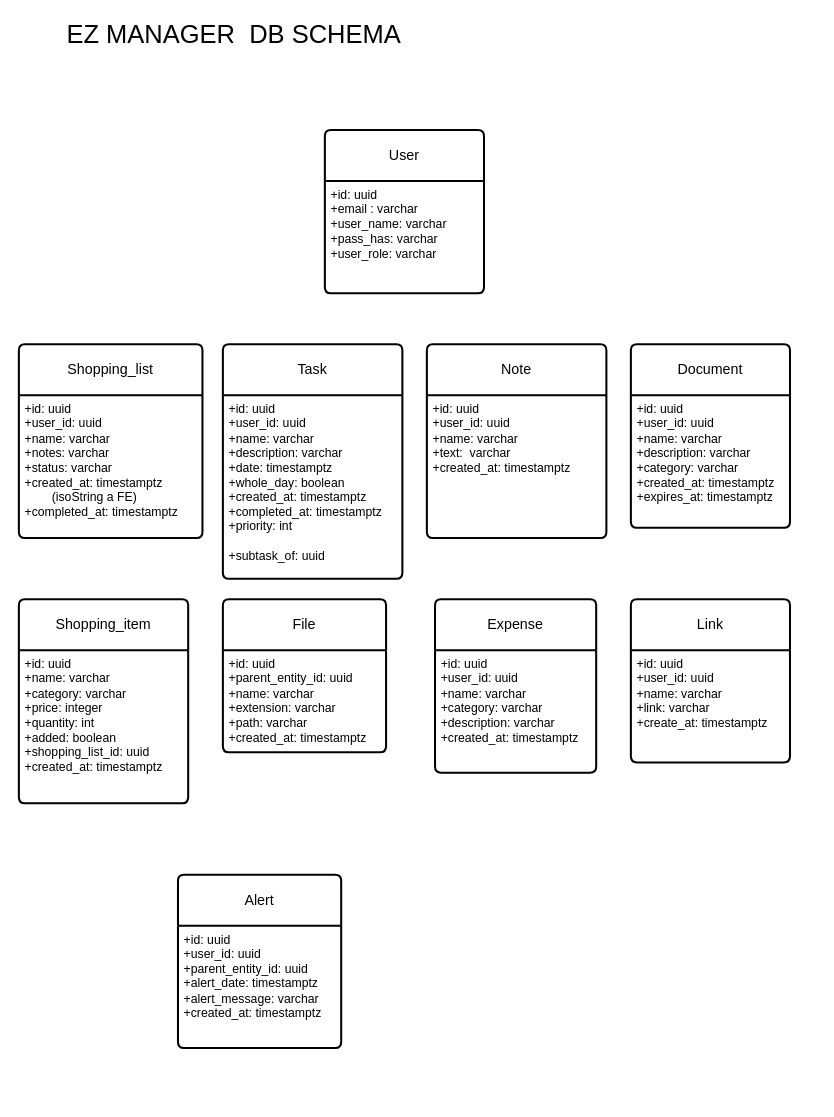
The draw.io diagram documentazione/database/db-schema/ez-manager-db-schema.drawio in marcogiacconedev/ez-manager, before the edit. Source tidied: cells renumbered, new cells numbered last; positions are measured from the earlier drawing's top-left corner, leaving out a move shared by most shapes. Both pictures are drawn from the tidied source at 102%, with x=0, y=0 at pixel (18, 17).
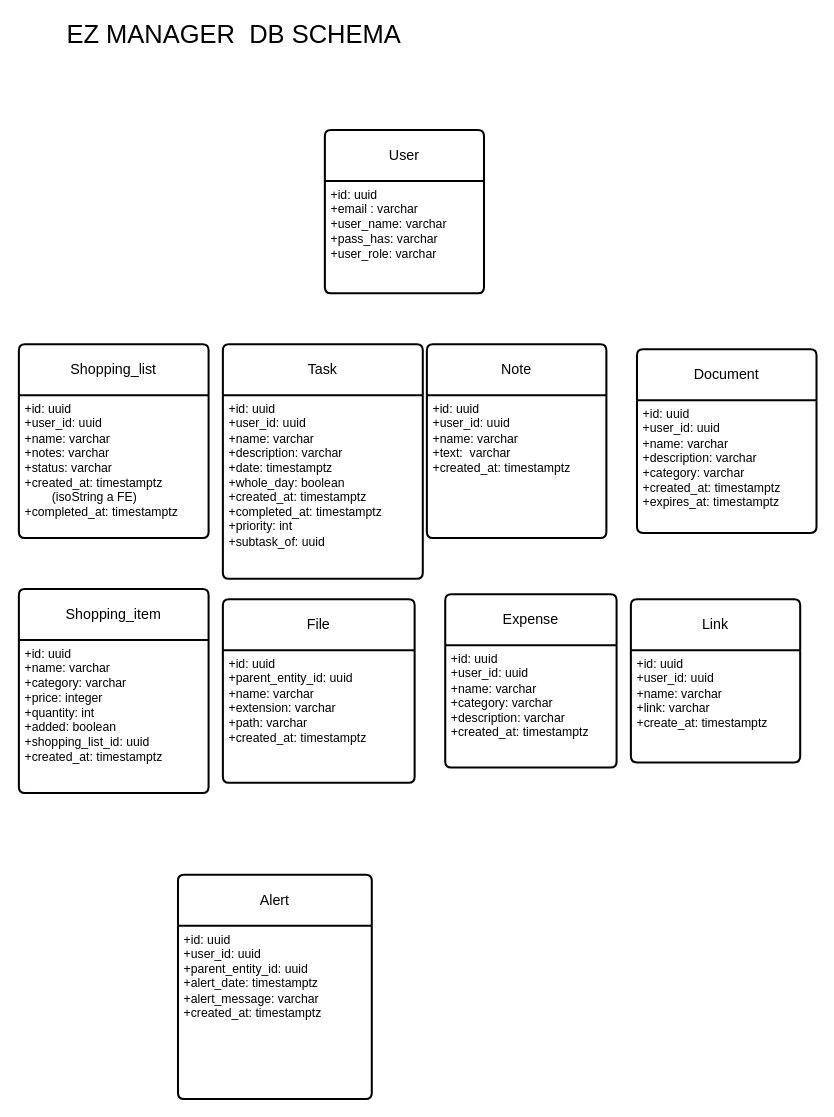
The same diagram, later.

Change to the diagram source:
```diff
@@
     <mxCell id="4" value="Task" style="swimlane;horizontal=1;startSize=50;rounded=1;fontSize=14;fontStyle=0;strokeWidth=2;shadow=0;dashed=0;align=center;arcSize=4;whiteSpace=wrap;html=1;" parent="1" vertex="1">
-      <mxGeometry x="200" y="320" width="176" height="230" as="geometry" />
+      <mxGeometry x="200" y="320" width="196" height="230" as="geometry" />
     </mxCell>
-    <mxCell id="5" value="+id: uuid&lt;div&gt;+user_id: uuid&lt;br&gt;+name: varchar&lt;br&gt;+description: varchar&lt;/div&gt;&lt;div&gt;+date: timestamptz&lt;/div&gt;&lt;div&gt;+whole_day: boolean&lt;/div&gt;&lt;div&gt;+created_at: timestamptz&lt;/div&gt;&lt;div&gt;+completed_at: timestamptz&lt;/div&gt;&lt;div&gt;+priority: int&lt;/div&gt;&lt;div&gt;&lt;br&gt;&lt;/div&gt;&lt;div&gt;+subtask_of: uuid&lt;/div&gt;&lt;div&gt;&lt;br&gt;&lt;/div&gt;" style="align=left;strokeColor=none;fillColor=none;spacingLeft=4;spacingRight=4;fontSize=12;verticalAlign=top;html=1;whiteSpace=wrap;" parent="4" vertex="1">
-      <mxGeometry y="50" width="176" height="180" as="geometry" />
+    <mxCell id="5" value="+id: uuid&lt;div&gt;+user_id: uuid&lt;br&gt;+name: varchar&lt;br&gt;+description: varchar&lt;/div&gt;&lt;div&gt;+date: timestamptz&lt;/div&gt;&lt;div&gt;+whole_day: boolean&lt;/div&gt;&lt;div&gt;+created_at: timestamptz&lt;/div&gt;&lt;div&gt;+completed_at: timestamptz&lt;/div&gt;&lt;div&gt;+priority: int&lt;/div&gt;&lt;div&gt;+subtask_of: uuid&lt;/div&gt;&lt;div&gt;&lt;br&gt;&lt;/div&gt;" style="align=left;strokeColor=none;fillColor=none;spacingLeft=4;spacingRight=4;fontSize=12;verticalAlign=top;html=1;whiteSpace=wrap;" parent="4" vertex="1">
+      <mxGeometry y="50" width="196" height="180" as="geometry" />
     </mxCell>
     <mxCell id="6" value="Shopping_item" style="swimlane;horizontal=1;startSize=50;rounded=1;fontSize=14;fontStyle=0;strokeWidth=2;shadow=0;dashed=0;align=center;arcSize=4;whiteSpace=wrap;html=1;" parent="1" vertex="1">
-      <mxGeometry y="570" width="166" height="200" as="geometry" />
+      <mxGeometry y="560" width="186" height="200" as="geometry" />
     </mxCell>
     <mxCell id="7" value="&lt;div&gt;+id: uuid&lt;/div&gt;+name: varchar&lt;br&gt;+category: varchar&lt;br&gt;+price: integer&lt;div&gt;+quantity: int&lt;br&gt;&lt;div&gt;+added: boolean&lt;br&gt;&lt;div&gt;+shopping_list_id: uuid&lt;/div&gt;&lt;/div&gt;&lt;/div&gt;&lt;div&gt;+created_at: timestamptz&lt;/div&gt;" style="align=left;strokeColor=none;fillColor=none;spacingLeft=4;spacingRight=4;fontSize=12;verticalAlign=top;html=1;whiteSpace=wrap;" parent="6" vertex="1">
-      <mxGeometry y="50" width="166" height="150" as="geometry" />
+      <mxGeometry y="50" width="186" height="150" as="geometry" />
     </mxCell>
     <mxCell id="8" value="Shopping_list" style="swimlane;horizontal=1;startSize=50;rounded=1;fontSize=14;fontStyle=0;strokeWidth=2;shadow=0;dashed=0;align=center;arcSize=4;whiteSpace=wrap;html=1;" parent="1" vertex="1">
-      <mxGeometry y="320" width="180" height="190" as="geometry" />
+      <mxGeometry y="320" width="186" height="190" as="geometry" />
     </mxCell>
     <mxCell id="9" value="+id: uuid&lt;div&gt;+user_id: uuid&lt;br&gt;+name: varchar&lt;div&gt;+notes: varchar&lt;/div&gt;&lt;div&gt;+status: varchar&lt;br&gt;+created_at: timestamptz&lt;div&gt;&lt;span style=&quot;white-space: pre;&quot;&gt;&#9;&lt;/span&gt;(isoString a FE)&lt;br&gt;&lt;/div&gt;&lt;div&gt;+completed_at: timestamptz&lt;/div&gt;&lt;div&gt;&lt;br&gt;&lt;/div&gt;&lt;/div&gt;&lt;/div&gt;" style="align=left;strokeColor=none;fillColor=none;spacingLeft=4;spacingRight=4;fontSize=12;verticalAlign=top;html=1;whiteSpace=wrap;" parent="8" vertex="1">
-      <mxGeometry y="50" width="180" height="140" as="geometry" />
+      <mxGeometry y="50" width="186" height="140" as="geometry" />
     </mxCell>
@@
     <mxCell id="12" value="File" style="swimlane;horizontal=1;startSize=50;rounded=1;fontSize=14;fontStyle=0;strokeWidth=2;shadow=0;dashed=0;align=center;arcSize=4;whiteSpace=wrap;html=1;" parent="1" vertex="1">
-      <mxGeometry x="200" y="570" width="160" height="150" as="geometry" />
+      <mxGeometry x="200" y="570" width="188" height="180" as="geometry" />
     </mxCell>
     <mxCell id="13" value="+id: uuid&lt;div&gt;+parent_entity_id: uuid&lt;br&gt;+name: varchar&lt;/div&gt;&lt;div&gt;+extension: varchar&lt;br&gt;+path: varchar&lt;/div&gt;&lt;div&gt;+created_at: timestamptz&lt;/div&gt;" style="align=left;strokeColor=none;fillColor=none;spacingLeft=4;spacingRight=4;fontSize=12;verticalAlign=top;html=1;whiteSpace=wrap;" parent="12" vertex="1">
-      <mxGeometry y="50" width="160" height="100" as="geometry" />
+      <mxGeometry y="50" width="188" height="130" as="geometry" />
     </mxCell>
     <mxCell id="14" value="Document" style="swimlane;horizontal=1;startSize=50;rounded=1;fontSize=14;fontStyle=0;strokeWidth=2;shadow=0;dashed=0;align=center;arcSize=4;whiteSpace=wrap;html=1;" parent="1" vertex="1">
-      <mxGeometry x="600" y="320" width="156" height="180" as="geometry" />
+      <mxGeometry x="606" y="325" width="176" height="180" as="geometry" />
     </mxCell>
     <mxCell id="15" value="+id: uuid&lt;br&gt;+user_id: uuid&lt;div&gt;+name: varchar&lt;/div&gt;&lt;div&gt;+description: varchar&lt;br&gt;+category: varchar&lt;/div&gt;&lt;div&gt;+created_at: timestamptz&lt;/div&gt;&lt;div&gt;+expires_at: timestamptz&lt;br&gt;&lt;div&gt;&lt;br&gt;&lt;/div&gt;&lt;/div&gt;" style="align=left;strokeColor=none;fillColor=none;spacingLeft=4;spacingRight=4;fontSize=12;verticalAlign=top;html=1;whiteSpace=wrap;" parent="14" vertex="1">
-      <mxGeometry y="50" width="156" height="130" as="geometry" />
+      <mxGeometry y="50" width="176" height="130" as="geometry" />
     </mxCell>
     <mxCell id="16" value="Expense" style="swimlane;horizontal=1;startSize=50;rounded=1;fontSize=14;fontStyle=0;strokeWidth=2;shadow=0;dashed=0;align=center;arcSize=4;whiteSpace=wrap;html=1;" parent="1" vertex="1">
-      <mxGeometry x="408" y="570" width="158" height="170" as="geometry" />
+      <mxGeometry x="418" y="565" width="168" height="170" as="geometry" />
     </mxCell>
     <mxCell id="17" value="+id: uuid&lt;br&gt;+user_id: uuid&lt;br&gt;+name: varchar&lt;div&gt;+category: varchar&lt;br&gt;&lt;div&gt;+description: varchar&lt;/div&gt;&lt;div&gt;+created_at: timestamptz&lt;/div&gt;&lt;div&gt;&lt;br&gt;&lt;/div&gt;&lt;/div&gt;" style="align=left;strokeColor=none;fillColor=none;spacingLeft=4;spacingRight=4;fontSize=12;verticalAlign=top;html=1;whiteSpace=wrap;" parent="16" vertex="1">
-      <mxGeometry y="50" width="158" height="120" as="geometry" />
+      <mxGeometry y="50" width="168" height="120" as="geometry" />
     </mxCell>
@@
     <mxCell id="19" value="Alert" style="swimlane;horizontal=1;startSize=50;rounded=1;fontSize=14;fontStyle=0;strokeWidth=2;shadow=0;dashed=0;align=center;arcSize=4;whiteSpace=wrap;html=1;" parent="1" vertex="1">
-      <mxGeometry x="156" y="840" width="160" height="170" as="geometry" />
+      <mxGeometry x="156" y="840" width="190" height="220" as="geometry" />
     </mxCell>
     <mxCell id="20" value="+id: uuid&lt;div&gt;+user_id: uuid&lt;/div&gt;&lt;div&gt;+parent_entity_id: uuid&lt;br&gt;+alert_date: timestamptz&lt;br&gt;+alert_message: varchar&lt;/div&gt;&lt;div&gt;+created_at: timestamptz&lt;/div&gt;" style="align=left;strokeColor=none;fillColor=none;spacingLeft=4;spacingRight=4;fontSize=12;verticalAlign=top;html=1;whiteSpace=wrap;" parent="19" vertex="1">
-      <mxGeometry y="50" width="160" height="120" as="geometry" />
+      <mxGeometry y="50" width="190" height="170" as="geometry" />
     </mxCell>
     <mxCell id="21" value="Link" style="swimlane;horizontal=1;startSize=50;rounded=1;fontSize=14;fontStyle=0;strokeWidth=2;shadow=0;dashed=0;align=center;arcSize=4;whiteSpace=wrap;html=1;" parent="1" vertex="1">
-      <mxGeometry x="600" y="570" width="156" height="160" as="geometry" />
+      <mxGeometry x="600" y="570" width="166" height="160" as="geometry" />
     </mxCell>
     <mxCell id="22" value="+id: uuid&lt;br&gt;+user_id: uuid&lt;div&gt;+name: varchar&lt;br&gt;+link: varchar&lt;/div&gt;&lt;div&gt;+create_at: timestamptz&lt;/div&gt;" style="align=left;strokeColor=none;fillColor=none;spacingLeft=4;spacingRight=4;fontSize=12;verticalAlign=top;html=1;whiteSpace=wrap;" parent="21" vertex="1">
-      <mxGeometry y="50" width="156" height="110" as="geometry" />
+      <mxGeometry y="50" width="166" height="110" as="geometry" />
     </mxCell>
```
